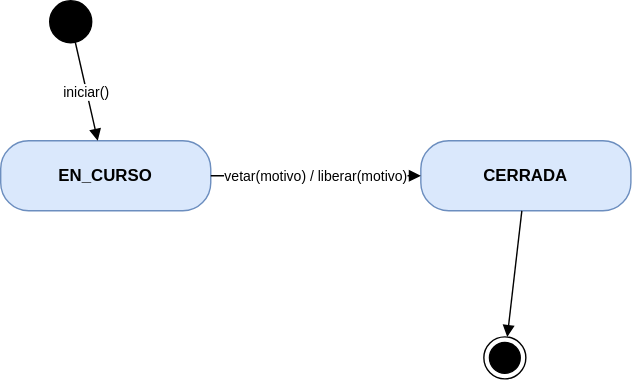
Earlier version of the draw.io export documentacion/assets/diagramas/diagramas-estado-6.svg (JaiderSoto07/kudos-backend). Source tidied: cells renumbered, new cells last; positions are measured from the earlier drawing's top-left corner, leaving out a move shared by most shapes. The source it was exported from:
```xml
<mxGraphModel>
  <root>
    <mxCell id="0" />
    <mxCell id="1" parent="0" />
    <mxCell id="2" value="EN_CURSO" style="rounded=1;whiteSpace=wrap;html=1;arcSize=40;fillColor=#dae8fc;strokeColor=#6c8ebf;fontStyle=1;" parent="1" vertex="1">
      <mxGeometry y="100" width="150" height="50" as="geometry" />
    </mxCell>
    <mxCell id="3" value="CERRADA" style="rounded=1;whiteSpace=wrap;html=1;arcSize=40;fillColor=#dae8fc;strokeColor=#6c8ebf;fontStyle=1;" parent="1" vertex="1">
      <mxGeometry x="300" y="100" width="150" height="50" as="geometry" />
    </mxCell>
    <mxCell id="4" style="ellipse;fillColor=#000000;strokeColor=#000000;" parent="1" vertex="1">
      <mxGeometry x="35" width="30" height="30" as="geometry" />
    </mxCell>
    <mxCell id="5" value="iniciar()" style="endArrow=block;endFill=1;html=1;rounded=0;fontSize=10;labelBackgroundColor=#ffffff;edgeStyle=none;" parent="1" edge="1" source="4" target="2">
      <mxGeometry relative="1" as="geometry" />
    </mxCell>
    <mxCell id="6" style="ellipse;html=1;shape=endState;fillColor=#000000;strokeColor=#000000;" parent="1" vertex="1">
      <mxGeometry x="345" y="240" width="30" height="30" as="geometry" />
    </mxCell>
    <mxCell id="7" style="endArrow=block;endFill=1;html=1;rounded=0;fontSize=10;labelBackgroundColor=#ffffff;edgeStyle=none;" parent="1" edge="1" source="3" target="6">
      <mxGeometry relative="1" as="geometry" />
    </mxCell>
    <mxCell id="8" value="vetar(motivo) / liberar(motivo)" style="endArrow=block;endFill=1;html=1;rounded=0;fontSize=10;labelBackgroundColor=#ffffff;edgeStyle=none;" parent="1" edge="1" source="2" target="3">
      <mxGeometry relative="1" as="geometry" />
    </mxCell>
  </root>
</mxGraphModel>
```
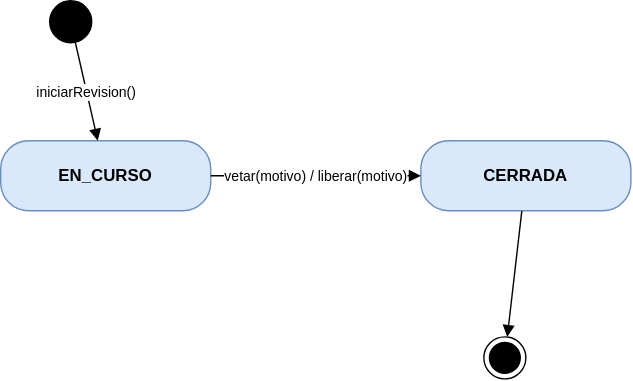
Later version of the same file.

Change to the diagram source:
```diff
@@ -11,7 +11,7 @@
     <mxCell id="4" style="ellipse;fillColor=#000000;strokeColor=#000000;" parent="1" vertex="1">
       <mxGeometry x="35" width="30" height="30" as="geometry" />
     </mxCell>
-    <mxCell id="5" value="iniciar()" style="endArrow=block;endFill=1;html=1;rounded=0;fontSize=10;labelBackgroundColor=#ffffff;edgeStyle=none;" parent="1" edge="1" source="4" target="2">
+    <mxCell id="5" value="iniciarRevision()" style="endArrow=block;endFill=1;html=1;rounded=0;fontSize=10;labelBackgroundColor=#ffffff;edgeStyle=none;" parent="1" edge="1" source="4" target="2">
       <mxGeometry relative="1" as="geometry" />
     </mxCell>
     <mxCell id="6" style="ellipse;html=1;shape=endState;fillColor=#000000;strokeColor=#000000;" parent="1" vertex="1">
```
